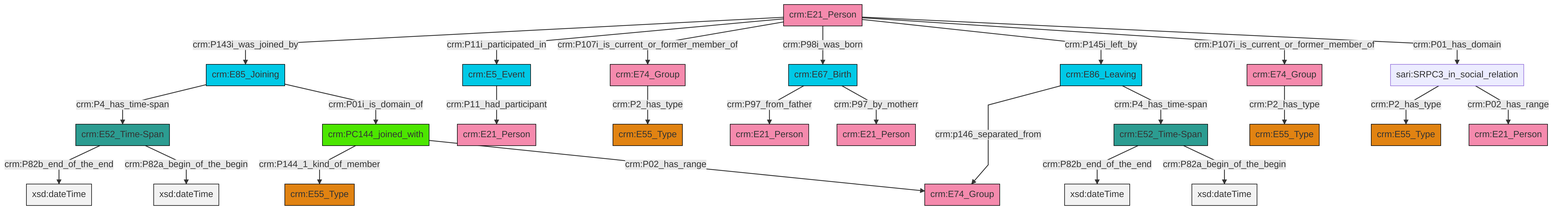
The Mermaid diagram et/personCSV/ttl/mmd/png/Person_Actor_Relations.png in swiss-art-research-net/reference-data-models, before a commit. Its source is kept beside it as et/personCSV/ttl/mmd/Person_Actor_Relations.ttl.mmd. Source of this version:
```mermaid
graph TD
classDef Literal fill:#f2f2f2,stroke:#000000;
classDef CRM_Entity fill:#FFFFFF,stroke:#000000;
classDef Temporal_Entity fill:#00C9E6, stroke:#000000;
classDef Type fill:#E18312, stroke:#000000;
classDef Time-Span fill:#2C9C91, stroke:#000000;
classDef Appellation fill:#FFEB7F, stroke:#000000;
classDef Place fill:#008836, stroke:#000000;
classDef Persistent_Item fill:#B266B2, stroke:#000000;
classDef Conceptual_Object fill:#FFD700, stroke:#000000;
classDef Physical_Thing fill:#D2B48C, stroke:#000000;
classDef Actor fill:#f58aad, stroke:#000000;
classDef PC_Classes fill:#4ce600, stroke:#000000;
classDef Multi fill:#cccccc,stroke:#000000;

0["crm:E74_Group"]:::Actor -->|crm:P2_has_type| 1["crm:E55_Type"]:::Type
2["crm:E74_Group"]:::Actor -->|crm:P2_has_type| 3["crm:E55_Type"]:::Type
6["crm:E52_Time-Span"]:::Time-Span -->|crm:P82b_end_of_the_end| 7[xsd:dateTime]:::Literal
9["sari:SRPC3_in_social_relation"]:::Default -->|crm:P2_has_type| 10["crm:E55_Type"]:::Type
11["crm:E86_Leaving"]:::Temporal_Entity -->|crm:p146_separated_from| 12["crm:E74_Group"]:::Actor
13["crm:E21_Person"]:::Actor -->|crm:P143i_was_joined_by| 14["crm:E85_Joining"]:::Temporal_Entity
13["crm:E21_Person"]:::Actor -->|crm:P11i_participated_in| 15["crm:E5_Event"]:::Temporal_Entity
15["crm:E5_Event"]:::Temporal_Entity -->|crm:P11_had_participant| 16["crm:E21_Person"]:::Actor
19["crm:PC144_joined_with"]:::PC_Classes -->|crm:P144_1_kind_of_member| 20["crm:E55_Type"]:::Type
21["crm:E52_Time-Span"]:::Time-Span -->|crm:P82b_end_of_the_end| 22[xsd:dateTime]:::Literal
13["crm:E21_Person"]:::Actor -->|crm:P107i_is_current_or_former_member_of| 2["crm:E74_Group"]:::Actor
9["sari:SRPC3_in_social_relation"]:::Default -->|crm:P02_has_range| 24["crm:E21_Person"]:::Actor
4["crm:E67_Birth"]:::Temporal_Entity -->|crm:P97_from_father| 26["crm:E21_Person"]:::Actor
14["crm:E85_Joining"]:::Temporal_Entity -->|crm:P4_has_time-span| 21["crm:E52_Time-Span"]:::Time-Span
13["crm:E21_Person"]:::Actor -->|crm:P98i_was_born| 4["crm:E67_Birth"]:::Temporal_Entity
21["crm:E52_Time-Span"]:::Time-Span -->|crm:P82a_begin_of_the_begin| 29[xsd:dateTime]:::Literal
11["crm:E86_Leaving"]:::Temporal_Entity -->|crm:P4_has_time-span| 6["crm:E52_Time-Span"]:::Time-Span
14["crm:E85_Joining"]:::Temporal_Entity -->|crm:P01i_is_domain_of| 19["crm:PC144_joined_with"]:::PC_Classes
13["crm:E21_Person"]:::Actor -->|crm:P145i_left_by| 11["crm:E86_Leaving"]:::Temporal_Entity
19["crm:PC144_joined_with"]:::PC_Classes -->|crm:P02_has_range| 12["crm:E74_Group"]:::Actor
4["crm:E67_Birth"]:::Temporal_Entity -->|crm:P97_by_motherr| 37["crm:E21_Person"]:::Actor
13["crm:E21_Person"]:::Actor -->|crm:P107i_is_current_or_former_member_of| 0["crm:E74_Group"]:::Actor
13["crm:E21_Person"]:::Actor -->|crm:P01_has_domain| 9["sari:SRPC3_in_social_relation"]:::Default
6["crm:E52_Time-Span"]:::Time-Span -->|crm:P82a_begin_of_the_begin| 46[xsd:dateTime]:::Literal
```
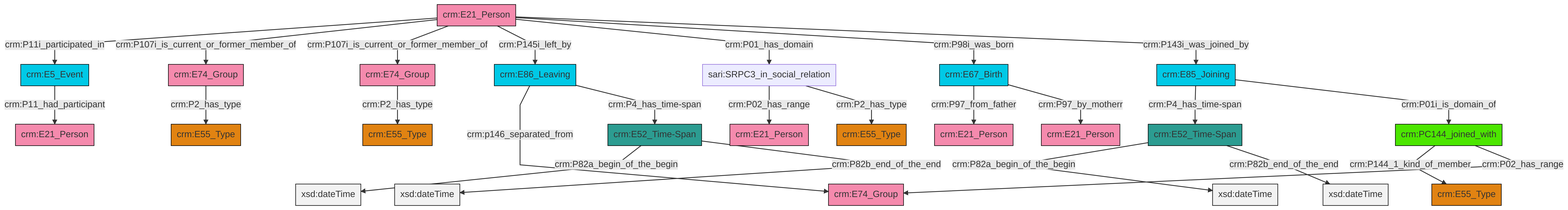
Above is the later version.

Diff of the diagram source:
```diff
@@ -13,27 +13,27 @@
 classDef PC_Classes fill:#4ce600, stroke:#000000;
 classDef Multi fill:#cccccc,stroke:#000000;
 
-0["crm:E74_Group"]:::Actor -->|crm:P2_has_type| 1["crm:E55_Type"]:::Type
+0["crm:E86_Leaving"]:::Temporal_Entity -->|crm:p146_separated_from| 1["crm:E74_Group"]:::Actor
 2["crm:E74_Group"]:::Actor -->|crm:P2_has_type| 3["crm:E55_Type"]:::Type
-6["crm:E52_Time-Span"]:::Time-Span -->|crm:P82b_end_of_the_end| 7[xsd:dateTime]:::Literal
-9["sari:SRPC3_in_social_relation"]:::Default -->|crm:P2_has_type| 10["crm:E55_Type"]:::Type
-11["crm:E86_Leaving"]:::Temporal_Entity -->|crm:p146_separated_from| 12["crm:E74_Group"]:::Actor
-13["crm:E21_Person"]:::Actor -->|crm:P143i_was_joined_by| 14["crm:E85_Joining"]:::Temporal_Entity
-13["crm:E21_Person"]:::Actor -->|crm:P11i_participated_in| 15["crm:E5_Event"]:::Temporal_Entity
-15["crm:E5_Event"]:::Temporal_Entity -->|crm:P11_had_participant| 16["crm:E21_Person"]:::Actor
-19["crm:PC144_joined_with"]:::PC_Classes -->|crm:P144_1_kind_of_member| 20["crm:E55_Type"]:::Type
-21["crm:E52_Time-Span"]:::Time-Span -->|crm:P82b_end_of_the_end| 22[xsd:dateTime]:::Literal
-13["crm:E21_Person"]:::Actor -->|crm:P107i_is_current_or_former_member_of| 2["crm:E74_Group"]:::Actor
-9["sari:SRPC3_in_social_relation"]:::Default -->|crm:P02_has_range| 24["crm:E21_Person"]:::Actor
-4["crm:E67_Birth"]:::Temporal_Entity -->|crm:P97_from_father| 26["crm:E21_Person"]:::Actor
-14["crm:E85_Joining"]:::Temporal_Entity -->|crm:P4_has_time-span| 21["crm:E52_Time-Span"]:::Time-Span
-13["crm:E21_Person"]:::Actor -->|crm:P98i_was_born| 4["crm:E67_Birth"]:::Temporal_Entity
-21["crm:E52_Time-Span"]:::Time-Span -->|crm:P82a_begin_of_the_begin| 29[xsd:dateTime]:::Literal
-11["crm:E86_Leaving"]:::Temporal_Entity -->|crm:P4_has_time-span| 6["crm:E52_Time-Span"]:::Time-Span
-14["crm:E85_Joining"]:::Temporal_Entity -->|crm:P01i_is_domain_of| 19["crm:PC144_joined_with"]:::PC_Classes
-13["crm:E21_Person"]:::Actor -->|crm:P145i_left_by| 11["crm:E86_Leaving"]:::Temporal_Entity
-19["crm:PC144_joined_with"]:::PC_Classes -->|crm:P02_has_range| 12["crm:E74_Group"]:::Actor
-4["crm:E67_Birth"]:::Temporal_Entity -->|crm:P97_by_motherr| 37["crm:E21_Person"]:::Actor
-13["crm:E21_Person"]:::Actor -->|crm:P107i_is_current_or_former_member_of| 0["crm:E74_Group"]:::Actor
-13["crm:E21_Person"]:::Actor -->|crm:P01_has_domain| 9["sari:SRPC3_in_social_relation"]:::Default
-6["crm:E52_Time-Span"]:::Time-Span -->|crm:P82a_begin_of_the_begin| 46[xsd:dateTime]:::Literal
+4["crm:E85_Joining"]:::Temporal_Entity -->|crm:P4_has_time-span| 5["crm:E52_Time-Span"]:::Time-Span
+6["crm:E5_Event"]:::Temporal_Entity -->|crm:P11_had_participant| 7["crm:E21_Person"]:::Actor
+9["crm:E21_Person"]:::Actor -->|crm:P11i_participated_in| 6["crm:E5_Event"]:::Temporal_Entity
+9["crm:E21_Person"]:::Actor -->|crm:P107i_is_current_or_former_member_of| 10["crm:E74_Group"]:::Actor
+9["crm:E21_Person"]:::Actor -->|crm:P107i_is_current_or_former_member_of| 2["crm:E74_Group"]:::Actor
+18["crm:PC144_joined_with"]:::PC_Classes -->|crm:P144_1_kind_of_member| 19["crm:E55_Type"]:::Type
+0["crm:E86_Leaving"]:::Temporal_Entity -->|crm:P4_has_time-span| 20["crm:E52_Time-Span"]:::Time-Span
+9["crm:E21_Person"]:::Actor -->|crm:P145i_left_by| 0["crm:E86_Leaving"]:::Temporal_Entity
+9["crm:E21_Person"]:::Actor -->|crm:P01_has_domain| 22["sari:SRPC3_in_social_relation"]:::Default
+5["crm:E52_Time-Span"]:::Time-Span -->|crm:P82a_begin_of_the_begin| 28[xsd:dateTime]:::Literal
+10["crm:E74_Group"]:::Actor -->|crm:P2_has_type| 29["crm:E55_Type"]:::Type
+18["crm:PC144_joined_with"]:::PC_Classes -->|crm:P02_has_range| 1["crm:E74_Group"]:::Actor
+5["crm:E52_Time-Span"]:::Time-Span -->|crm:P82b_end_of_the_end| 32[xsd:dateTime]:::Literal
+16["crm:E67_Birth"]:::Temporal_Entity -->|crm:P97_from_father| 33["crm:E21_Person"]:::Actor
+16["crm:E67_Birth"]:::Temporal_Entity -->|crm:P97_by_motherr| 11["crm:E21_Person"]:::Actor
+22["sari:SRPC3_in_social_relation"]:::Default -->|crm:P02_has_range| 14["crm:E21_Person"]:::Actor
+22["sari:SRPC3_in_social_relation"]:::Default -->|crm:P2_has_type| 26["crm:E55_Type"]:::Type
+20["crm:E52_Time-Span"]:::Time-Span -->|crm:P82a_begin_of_the_begin| 43[xsd:dateTime]:::Literal
+9["crm:E21_Person"]:::Actor -->|crm:P98i_was_born| 16["crm:E67_Birth"]:::Temporal_Entity
+20["crm:E52_Time-Span"]:::Time-Span -->|crm:P82b_end_of_the_end| 45[xsd:dateTime]:::Literal
+9["crm:E21_Person"]:::Actor -->|crm:P143i_was_joined_by| 4["crm:E85_Joining"]:::Temporal_Entity
+4["crm:E85_Joining"]:::Temporal_Entity -->|crm:P01i_is_domain_of| 18["crm:PC144_joined_with"]:::PC_Classes
```
